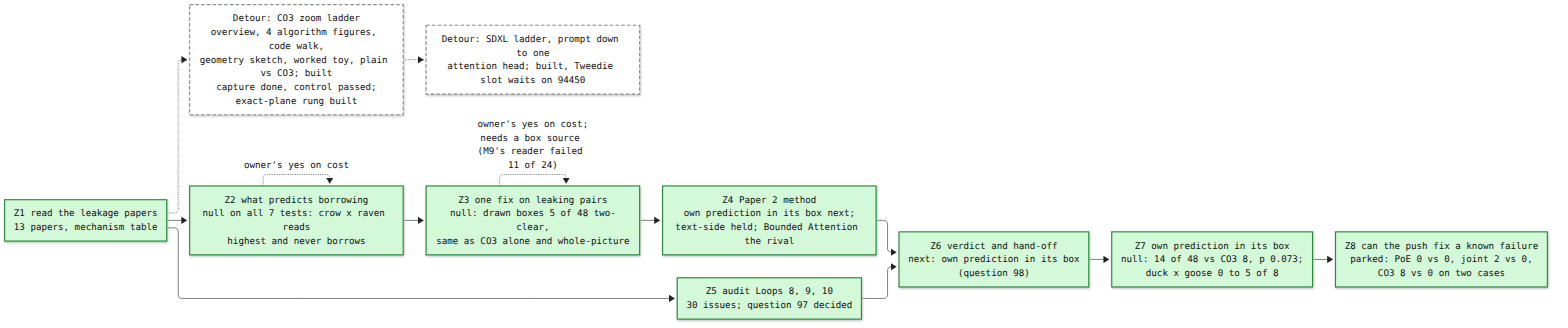
This is artifacts/notes/progress/leakage/loop-12-progress.png from mo-rsa24/concept-composition, a Mermaid export, as it was before one commit. Its source is kept beside it as artifacts/notes/progress/leakage/loop-12-progress.mmd. The source it was exported from:
```mermaid
%%{init: {'theme': 'base', 'themeVariables': {'fontFamily': 'monospace', 'primaryColor': '#ffffff', 'primaryBorderColor': '#222222', 'primaryTextColor': '#111111', 'lineColor': '#222222'}}}%%
flowchart LR
  Z1["Z1 read the leakage papers<br/>13 papers, mechanism table"]:::done
  Z2["Z2 what predicts borrowing<br/>null on all 7 tests: crow x raven reads<br/>highest and never borrows"]:::done
  Z3["Z3 one fix on leaking pairs<br/>null: drawn boxes 5 of 48 two-clear,<br/>same as CO3 alone and whole-picture"]:::done
  Z4["Z4 Paper 2 method<br/>own prediction in its box next;<br/>text-side held; Bounded Attention the rival"]:::done
  Z5["Z5 audit Loops 8, 9, 10<br/>30 issues; question 97 decided"]:::done
  Z6["Z6 verdict and hand-off<br/>next: own prediction in its box<br/>(question 98)"]:::done
  LAD["Detour: CO3 zoom ladder<br/>overview, 4 algorithm figures, code walk,<br/>geometry sketch, worked toy, plain vs CO3; built<br/>capture done, control passed;<br/>exact-plane rung built"]:::detour
  Z1 -.-> LAD
  SDX["Detour: SDXL ladder, prompt down to one<br/>attention head; built, Tweedie slot waits on 94450"]:::detour
  LAD -.-> SDX
  Z1 --> Z2 --> Z3 --> Z4 --> Z6
  Z1 --> Z5 --> Z6
  Z2 -. "owner's yes on cost" .-> Z2
  Z3 -. "owner's yes on cost;<br/>needs a box source (M9's reader failed 11 of 24)" .-> Z3
  Z7["Z7 own prediction in its box<br/>null: 14 of 48 vs CO3 8, p 0.073;<br/>duck x goose 0 to 5 of 8"]:::done
  Z6 --> Z7
  Z8["Z8 can the push fix a known failure<br/>parked: PoE 0 vs 0, joint 2 vs 0,<br/>CO3 8 vs 0 on two cases"]:::done
  Z7 --> Z8
  classDef done fill:#d3f9d8,stroke:#2b8a3e,stroke-width:2px
  classDef doing fill:#ffe8cc,stroke:#e8590c,stroke-width:2px
  classDef detour fill:#ffffff,stroke:#868e96,stroke-width:2px,stroke-dasharray: 6 4
  classDef todo fill:#f1f3f5,stroke:#868e96,stroke-width:2px
```
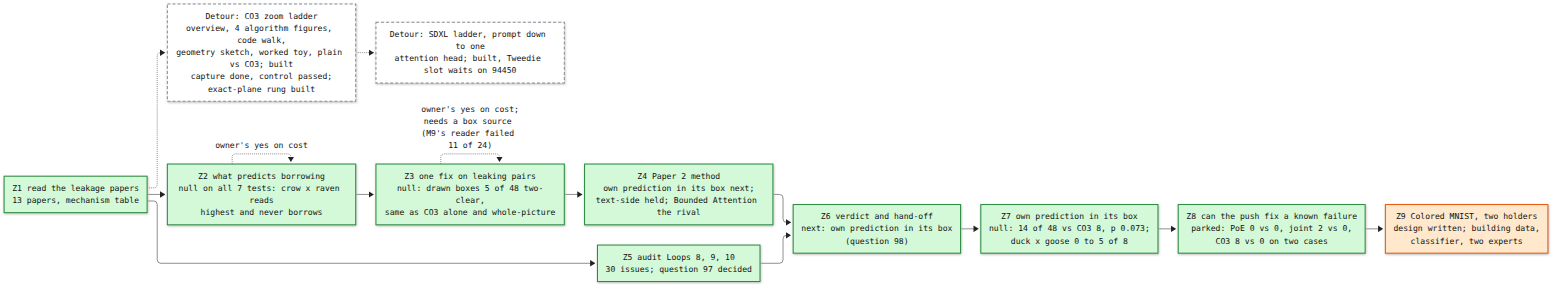
The same diagram one commit later.

Commit message:
Loop 12 map: Z9 added

What changed in the source:
```diff
@@ -18,6 +18,8 @@
   Z6 --> Z7
   Z8["Z8 can the push fix a known failure<br/>parked: PoE 0 vs 0, joint 2 vs 0,<br/>CO3 8 vs 0 on two cases"]:::done
   Z7 --> Z8
+  Z9["Z9 Colored MNIST, two holders<br/>design written; building data,<br/>classifier, two experts"]:::doing
+  Z8 --> Z9
   classDef done fill:#d3f9d8,stroke:#2b8a3e,stroke-width:2px
   classDef doing fill:#ffe8cc,stroke:#e8590c,stroke-width:2px
   classDef detour fill:#ffffff,stroke:#868e96,stroke-width:2px,stroke-dasharray: 6 4
```
